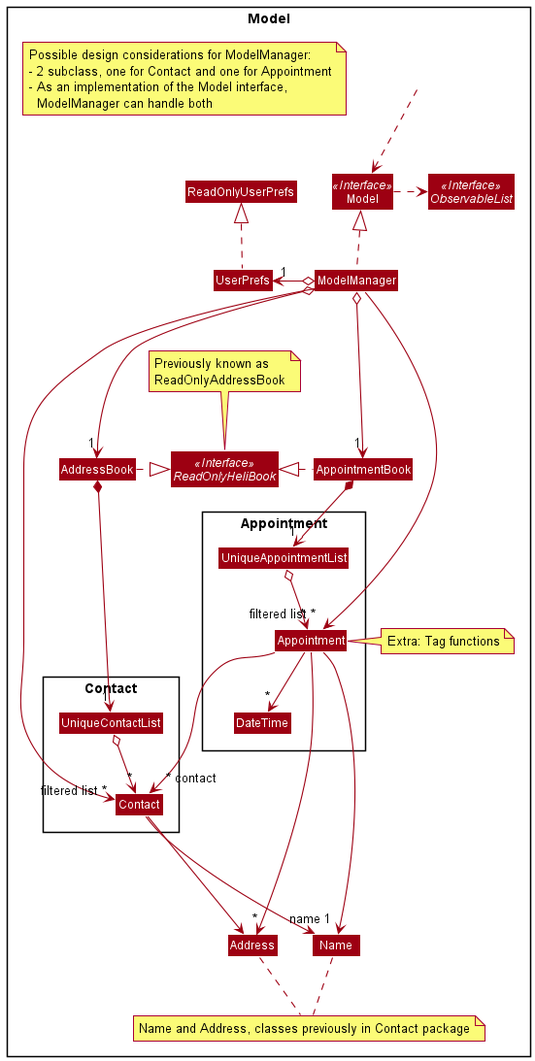
Earlier version of the PlantUML export docs/images/AppointmentWithModelClassDiagram.png (nus-cs2103-AY2021S2/tp).
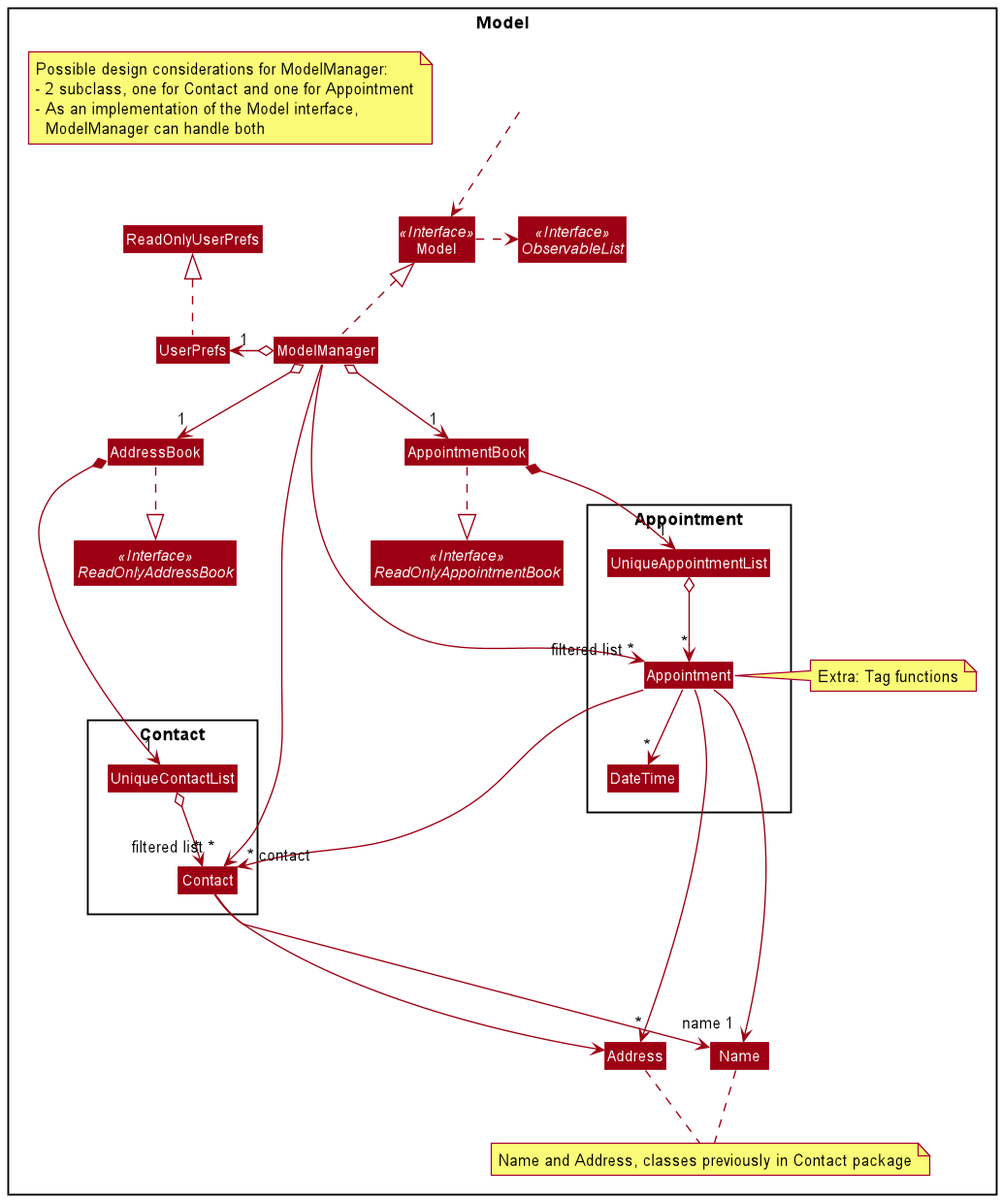
The same diagram one commit later.

Commit message:
Update UML diagram for Appointment's Model component

Change to the diagram source:
```diff
@@ -5,7 +5,8 @@
 skinparam classBackgroundColor MODEL_COLOR
 
 Package Model <<Rectangle>>{
-Interface ReadOnlyHeliBook <<Interface>>
+Interface ReadOnlyAddressBook <<Interface>>
+Interface ReadOnlyAppointmentBook <<Interface>>
 Interface Model <<Interface>>
 Interface ObservableList <<Interface>>
 Class AddressBook
@@ -26,14 +27,11 @@
 Name .. N1
 Address .. N1
 
-note "Previously known as\nReadOnlyAddressBook" as N2
-ReadOnlyHeliBook .up. N2
-
 Class HiddenOutside #FFFFFF
 HiddenOutside ..> Model
 
-AddressBook .right|> ReadOnlyHeliBook
-AppointmentBook .left|> ReadOnlyHeliBook
+AddressBook ..|> ReadOnlyAddressBook
+AppointmentBook ..|> ReadOnlyAppointmentBook
 
 ModelManager .up.|> Model
 Model .right.> ObservableList
@@ -44,12 +42,9 @@
 AddressBook *--> "1" UniqueContactList
 UniqueContactList o--> "*" Contact
 
-Contact ---> Name
-Contact ---> Address
+ModelManager -->"filtered list ~*" Contact
 
-ModelManager --->"filtered list ~*" Contact
-
-ModelManager o---> "1" AppointmentBook
+ModelManager o--> "1" AppointmentBook
 
 Package Appointment {
 Class Appointment
@@ -60,9 +55,13 @@
 AppointmentBook *--> "1" UniqueAppointmentList
 UniqueAppointmentList o--> "*" Appointment
 
-Appointment ---> "name 1" Name
-Appointment --> "*" Address
+Contact ---> Name
+Contact ---> Address
+
+Appointment ----> "name 1" Name
+Appointment ----> "*" Address
 Appointment --> "*" DateTime
+Appointment ---> "~* contact" Contact
 
 ModelManager -->"filtered list *" Appointment
 note "Possible design considerations for ModelManager:\n- 2 subclass, one for Contact and one for Appointment\n- As an implementation of the Model interface,\n  ModelManager can handle both" as N3
@@ -70,6 +69,4 @@
 note "Extra: Tag functions" as N4
 N4 .left. Appointment
 
-Appointment ---> "~* contact" Contact
-
 @enduml
```
